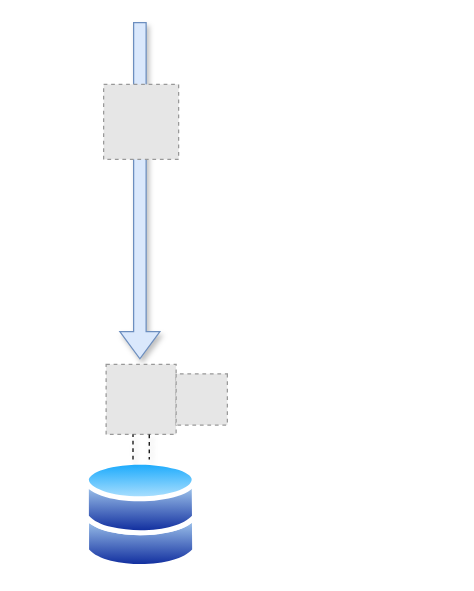
Before: Diagrama sin título.drawio in papitaAlgodonCplusplus/CI0119, a draw.io diagram. Source tidied: cells renumbered, new cells numbered last; positions are measured from the earlier drawing's top-left corner, leaving out a move shared by most shapes. Both pictures are drawn from the tidied source at 125%, with x=0, y=0 at pixel (84, 21). Pictures stored in the file or linked from it are replaced by grey dashed boxes.
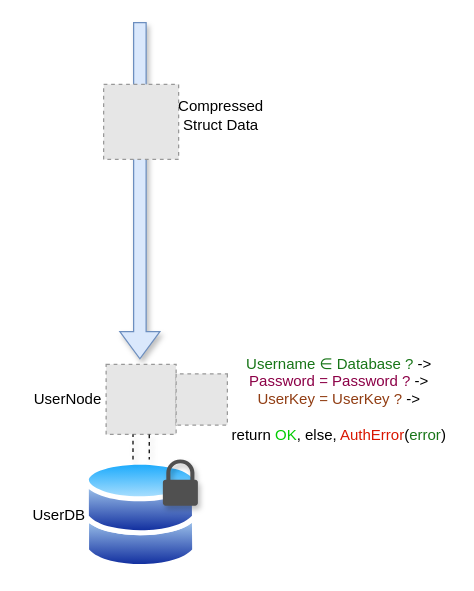
The same page after the edit.

What changed in the source:
```diff
@@
 <mxGraphModel>
   <root>
     <mxCell id="0" />
     <mxCell id="1" parent="0" />
     <mxCell id="2" style="shape=flexArrow;endArrow=classic;html=1;rounded=0;endWidth=21.05263157894737;endSize=6.926315789473684;targetPerimeterSpacing=0;fillColor=#dae8fc;strokeColor=#6c8ebf;shadow=1;" parent="1" edge="1">
       <mxGeometry relative="1" as="geometry">
         <mxPoint x="44.4" as="sourcePoint" />
         <mxPoint x="44.4" y="270" as="targetPoint" />
       </mxGeometry>
     </mxCell>
     <mxCell id="3" style="fillColor=#E6E6E6;strokeColor=#999999;dashed=1;html=1;verticalAlign=top;verticalLabelPosition=bottom;labelBackgroundColor=#ffffff;" parent="1" vertex="1">
       <mxGeometry x="15.4" y="50" width="60" height="60" as="geometry" />
     </mxCell>
     <mxCell id="4" style="fillColor=#E6E6E6;strokeColor=#999999;dashed=1;html=1;verticalAlign=top;verticalLabelPosition=bottom;labelBackgroundColor=#ffffff;" parent="1" vertex="1">
       <mxGeometry x="17.4" y="274" width="56" height="56" as="geometry" />
     </mxCell>
     <mxCell id="5" style="image;perimeter=ellipsePerimeter;html=1;align=center;shadow=0;dashed=0;spacingTop=3;image=img/lib/active_directory/databases.svg;imageBorder=none;imageBackground=none;" parent="1" vertex="1">
       <mxGeometry y="350" width="90.8" height="89" as="geometry" />
     </mxCell>
     <mxCell id="6" style="endArrow=none;dashed=1;html=1;rounded=0;strokeWidth=1;shape=link;width=13;arcSize=29;shadow=1;targetPerimeterSpacing=0;endSize=11;startSize=10;exitX=0.5;exitY=0;exitDx=0;exitDy=0;" parent="1" edge="1" source="5" target="4">
       <mxGeometry relative="1" as="geometry" />
     </mxCell>
     <mxCell id="7" style="fillColor=#E6E6E6;strokeColor=#999999;dashed=1;html=1;verticalAlign=top;verticalLabelPosition=bottom;labelBackgroundColor=#ffffff;rotation=90;" parent="1" vertex="1">
       <mxGeometry x="73.4" y="281.5" width="41" height="41" as="geometry" />
     </mxCell>
+    <mxCell id="8" value="&lt;font color=&quot;#177517&quot;&gt;Username&amp;nbsp;∈ Database ?&lt;/font&gt; -&amp;gt;&lt;br&gt;&lt;font color=&quot;#8c0047&quot;&gt;Password = Password ?&lt;/font&gt; -&amp;gt;&lt;br&gt;&lt;font color=&quot;#913d13&quot;&gt;UserKey = UserKey ?&lt;/font&gt; -&amp;gt;&lt;br&gt;&lt;br&gt;return &lt;font color=&quot;#00cc00&quot;&gt;OK&lt;/font&gt;, else, &lt;font color=&quot;#d91600&quot;&gt;AuthError&lt;/font&gt;(&lt;font color=&quot;#177517&quot;&gt;error&lt;/font&gt;)" style="text;html=1;strokeColor=none;fillColor=none;align=center;verticalAlign=middle;whiteSpace=wrap;rounded=0;shadow=0;" parent="1" vertex="1">
+      <mxGeometry x="114.4" y="268" width="180" height="68" as="geometry" />
+    </mxCell>
+    <mxCell id="9" value="UserNode" style="text;html=1;strokeColor=none;fillColor=none;align=center;verticalAlign=middle;whiteSpace=wrap;rounded=0;" parent="1" vertex="1">
+      <mxGeometry x="-42.6" y="287" width="60" height="30" as="geometry" />
+    </mxCell>
+    <mxCell id="10" value="UserDB" style="text;html=1;strokeColor=none;fillColor=none;align=center;verticalAlign=middle;whiteSpace=wrap;rounded=0;" parent="1" vertex="1">
+      <mxGeometry x="-50" y="379.5" width="60" height="30" as="geometry" />
+    </mxCell>
+    <mxCell id="11" value="Compressed Struct Data" style="text;html=1;strokeColor=none;fillColor=none;align=center;verticalAlign=middle;whiteSpace=wrap;rounded=0;" parent="1" vertex="1">
+      <mxGeometry x="72.4" y="57.5" width="74.6" height="35" as="geometry" />
+    </mxCell>
+    <mxCell id="12" style="sketch=0;shadow=1;dashed=0;html=1;strokeColor=none;fillColor=#505050;labelPosition=center;verticalLabelPosition=bottom;verticalAlign=top;align=center;shape=mxgraph.office.security.lock_protected;" parent="1" vertex="1">
+      <mxGeometry x="62.8" y="350" width="28" height="37" as="geometry" />
+    </mxCell>
   </root>
 </mxGraphModel>
```
